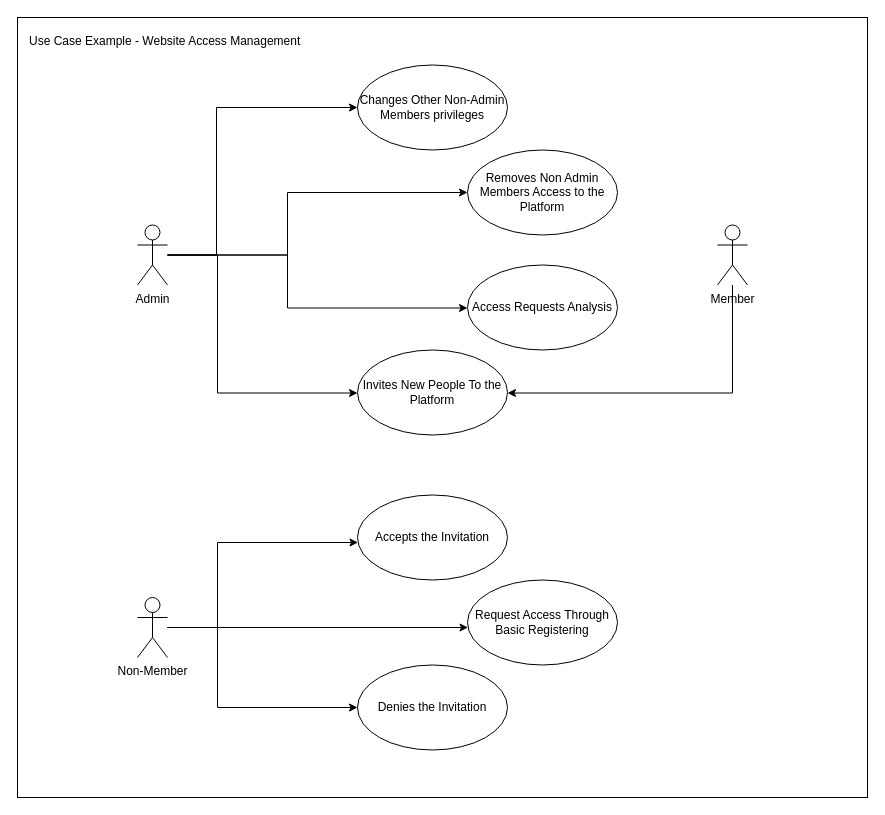
The draw.io diagram page "Use-Case" (1 of 3) of images/software-development-life-cycle-analysis-techniques/Requirements-Analysis.drawio in GabrielSlima/blog, before the edit. Source tidied: cells renumbered, new cells numbered last; positions are measured from the earlier drawing's top-left corner, leaving out a move shared by most shapes. Both pictures are drawn from the tidied source at 100%, with x=0, y=0 at pixel (17, 17).
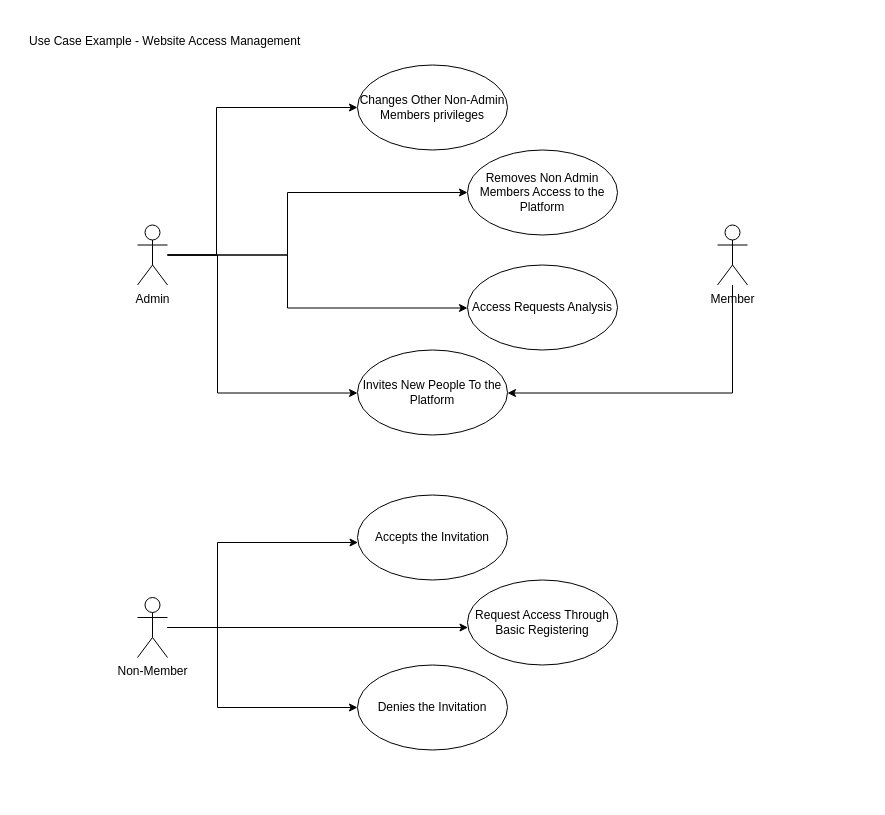
Above is the later version.

The edit, as a diff of the source:
```diff
@@
-    <mxCell id="2" value="Use Case Example - Website Access Management" style="rounded=0;whiteSpace=wrap;html=1;fillColor=none;align=left;verticalAlign=top;spacingLeft=10;spacingTop=10;" parent="1" vertex="1">
+    <mxCell id="2" value="Use Case Example - Website Access Management" style="rounded=0;whiteSpace=wrap;html=1;fillColor=none;align=left;verticalAlign=top;spacingLeft=10;spacingTop=10;strokeColor=none;" parent="1" vertex="1">
       <mxGeometry width="850" height="780" as="geometry" />
     </mxCell>
```
